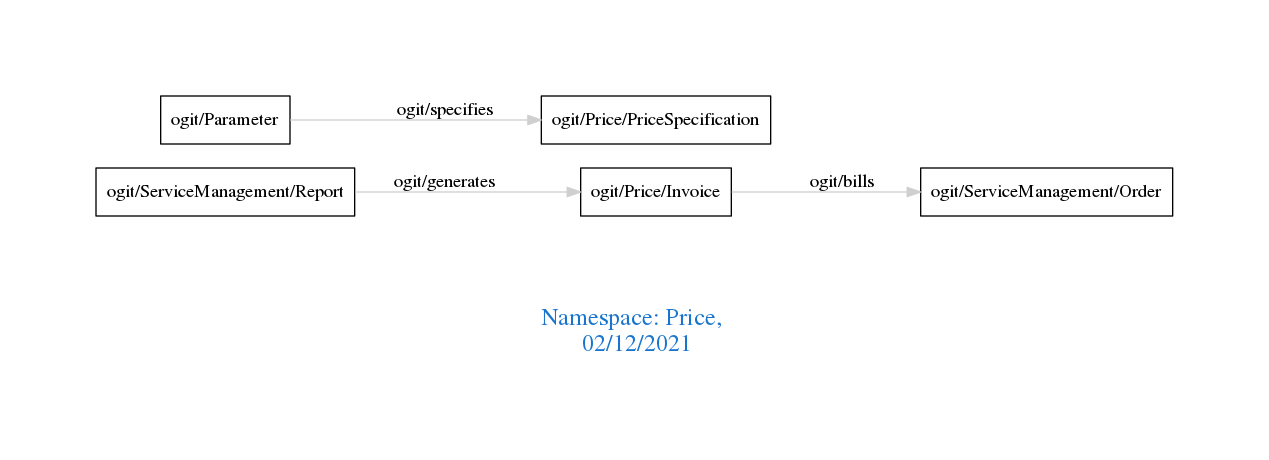
Earlier version of the Graphviz export downloads/Price.png (arago/OGIT). Its source is kept beside it as downloads/Price.dot.
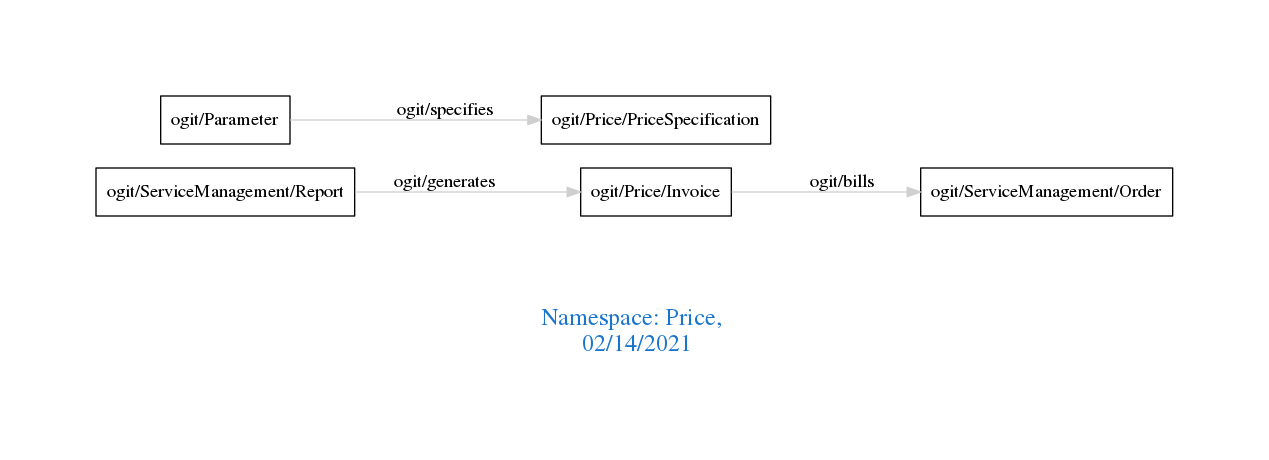
Later version of the same file.

The edit, as a diff of the source:
```diff
@@ -1,7 +1,7 @@
 digraph OGIT_ontology {
  graph [ rankdir= LR,pad=1
 fontsize = 18,
-fontcolor= dodgerblue3,label = "\n\n\nNamespace: Price, \n 02/12/2021"];
+fontcolor= dodgerblue3,label = "\n\n\nNamespace: Price, \n 02/14/2021"];
 node[shape=polygon];
 edge [  color="gray81"];
 
```
